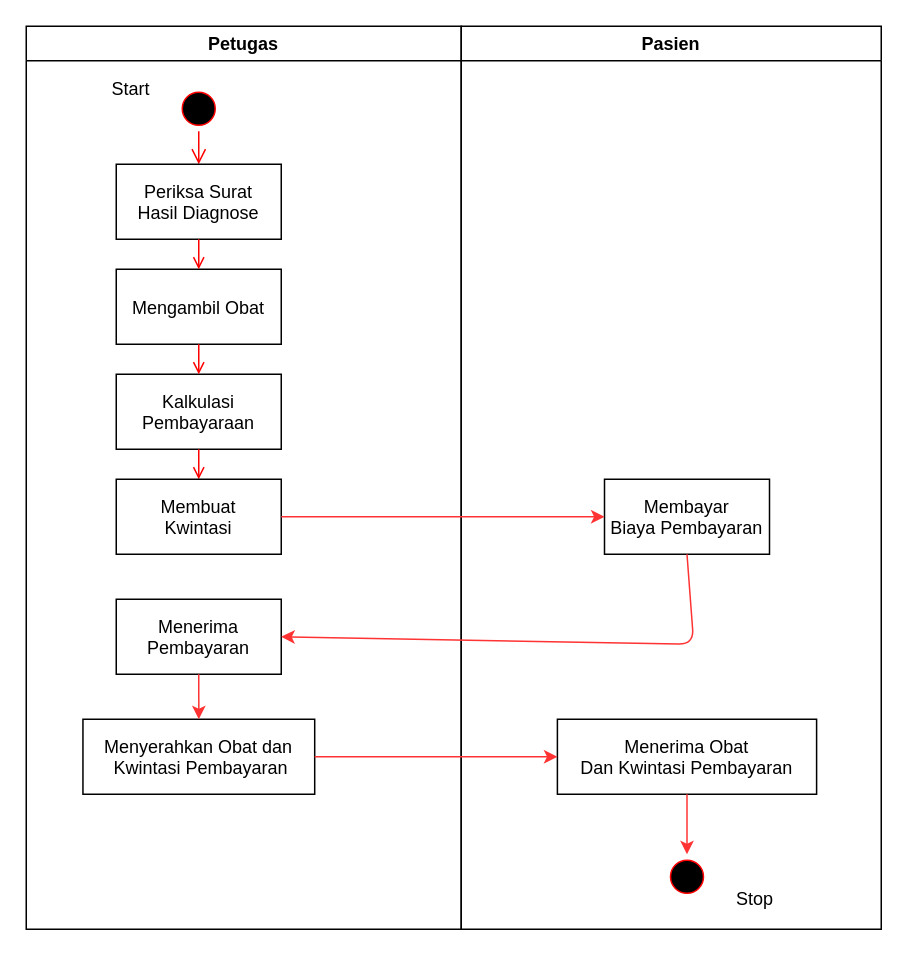
ratihpn99/rpn keeps this draw.io diagram as Proses Pembayaran.drawio. Above is the earlier version. Source tidied: cells renumbered, new cells numbered last; positions are measured from the earlier drawing's top-left corner, leaving out a move shared by most shapes. Both pictures are drawn from the tidied source at 150%, with x=0, y=0 at pixel (26, 26).
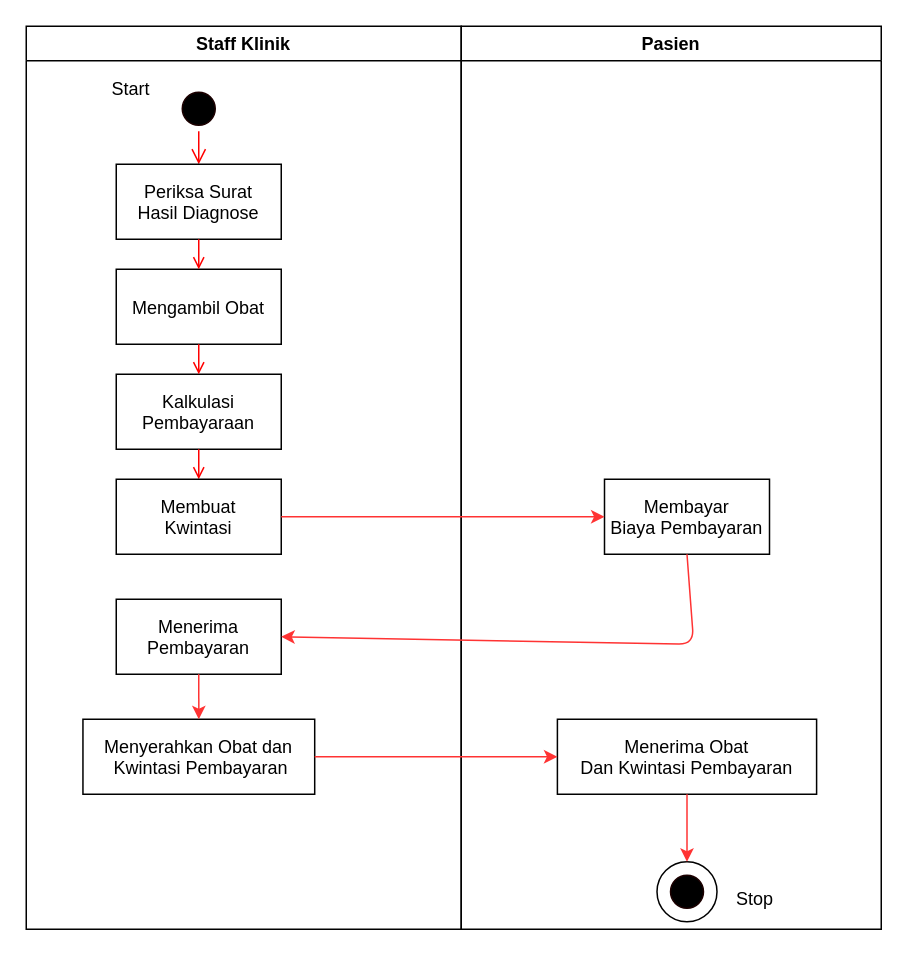
Above is the later version.

Unchanged cells that the change refers to:
```xml
<mxCell id="16" value="Pasien" style="swimlane;whiteSpace=wrap;" parent="1" vertex="1">
  <mxGeometry x="290" width="280" height="602" as="geometry" />
</mxCell>
<mxCell id="18" value="Menerima Obat&#10;Dan Kwintasi Pembayaran" parent="16" vertex="1">
  <mxGeometry x="64.1" y="462" width="172.8" height="50" as="geometry" />
</mxCell>
```

The edit, as a diff of the source:
```diff
@@
-    <mxCell id="2" value="Petugas" style="swimlane;whiteSpace=wrap;" parent="1" vertex="1">
+    <mxCell id="2" value="Staff Klinik" style="swimlane;whiteSpace=wrap;" parent="1" vertex="1">
       <mxGeometry width="290" height="602" as="geometry" />
     </mxCell>
-    <mxCell id="3" style="ellipse;shape=startState;fillColor=#000000;strokeColor=#ff0000;" parent="2" vertex="1">
+    <mxCell id="3" style="ellipse;shape=startState;fillColor=#000000;strokeColor=#1C0000;" parent="2" vertex="1">
       <mxGeometry x="100" y="40" width="30" height="30" as="geometry" />
     </mxCell>
@@
-    <mxCell id="19" style="ellipse;shape=startState;fillColor=#000000;strokeColor=#ff0000;" parent="16" vertex="1">
-      <mxGeometry x="135.5" y="552" width="30" height="30" as="geometry" />
+    <mxCell id="19" style="ellipse;shape=startState;fillColor=#000000;strokeColor=#1C0000;" parent="16" vertex="1">
+      <mxGeometry x="135.5" y="562" width="30" height="30" as="geometry" />
     </mxCell>
+    <mxCell id="21" value="Stop" style="text;html=1;strokeColor=none;fillColor=none;align=center;verticalAlign=middle;whiteSpace=wrap;rounded=0;" parent="16" vertex="1">
+      <mxGeometry x="175.5" y="572" width="40" height="20" as="geometry" />
+    </mxCell>
+    <mxCell id="25" style="ellipse;whiteSpace=wrap;html=1;fillColor=none;" parent="16" vertex="1">
+      <mxGeometry x="130.5" y="557" width="40" height="40" as="geometry" />
+    </mxCell>
-    <mxCell id="20" style="endArrow=classic;html=1;strokeColor=#FF3333;entryX=0.5;entryY=0;entryDx=0;entryDy=0;" parent="16" edge="1" source="18" target="19">
+    <mxCell id="20" style="endArrow=classic;html=1;strokeColor=#FF3333;" parent="16" edge="1" source="18" target="25">
       <mxGeometry relative="1" as="geometry" />
     </mxCell>
-    <mxCell id="21" value="Stop" style="text;html=1;strokeColor=none;fillColor=none;align=center;verticalAlign=middle;whiteSpace=wrap;rounded=0;" parent="16" vertex="1">
-      <mxGeometry x="175.5" y="572" width="40" height="20" as="geometry" />
-    </mxCell>
```
